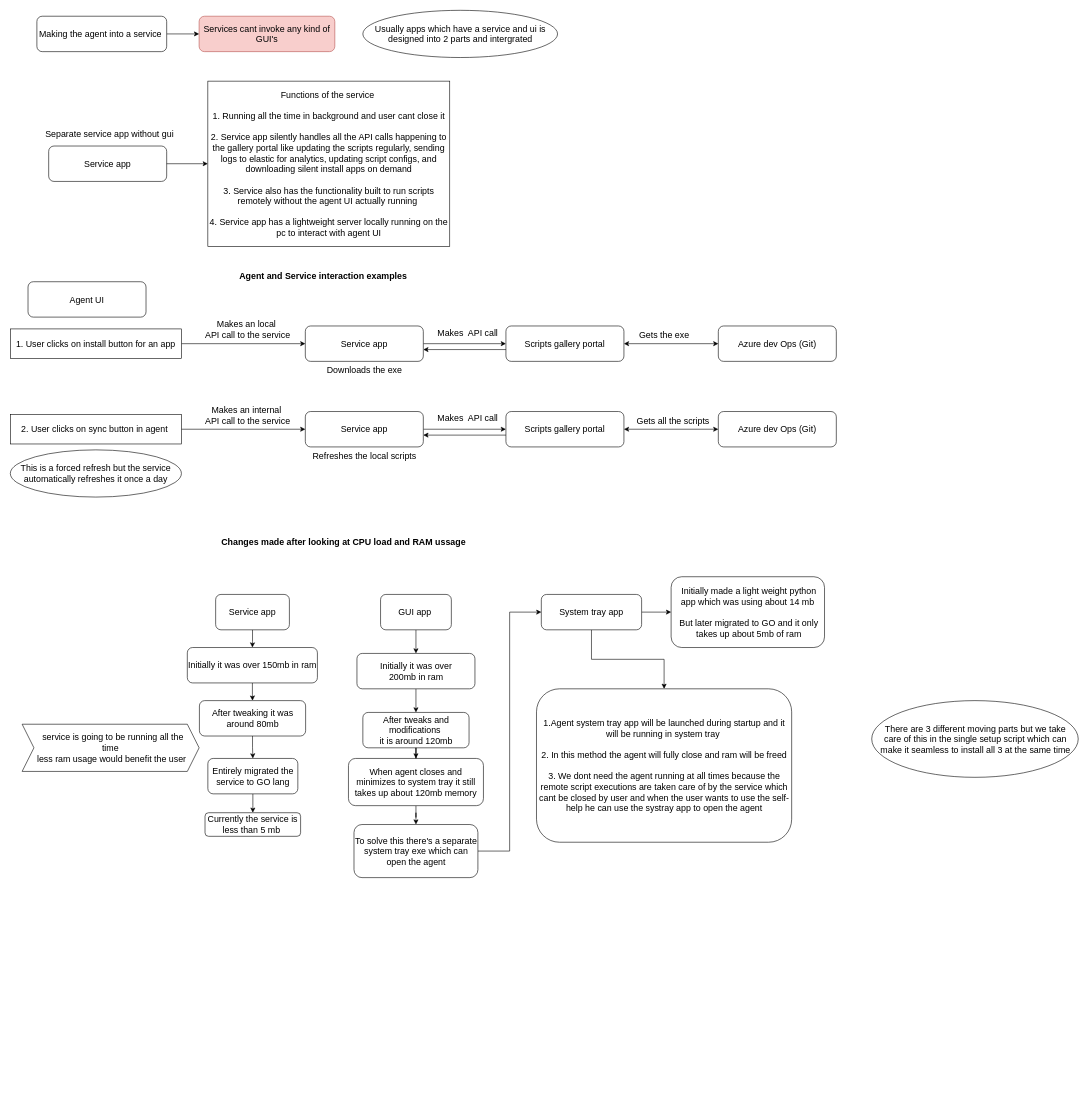
Earlier version of the draw.io diagram Eus agent update.drawio (iyashwant/hello-world). Source tidied: cells renumbered, new cells numbered last; positions are measured from the earlier drawing's top-left corner, leaving out a move shared by most shapes. Both pictures are drawn from the tidied source at 59%, with x=0, y=0 at pixel (10, 10).
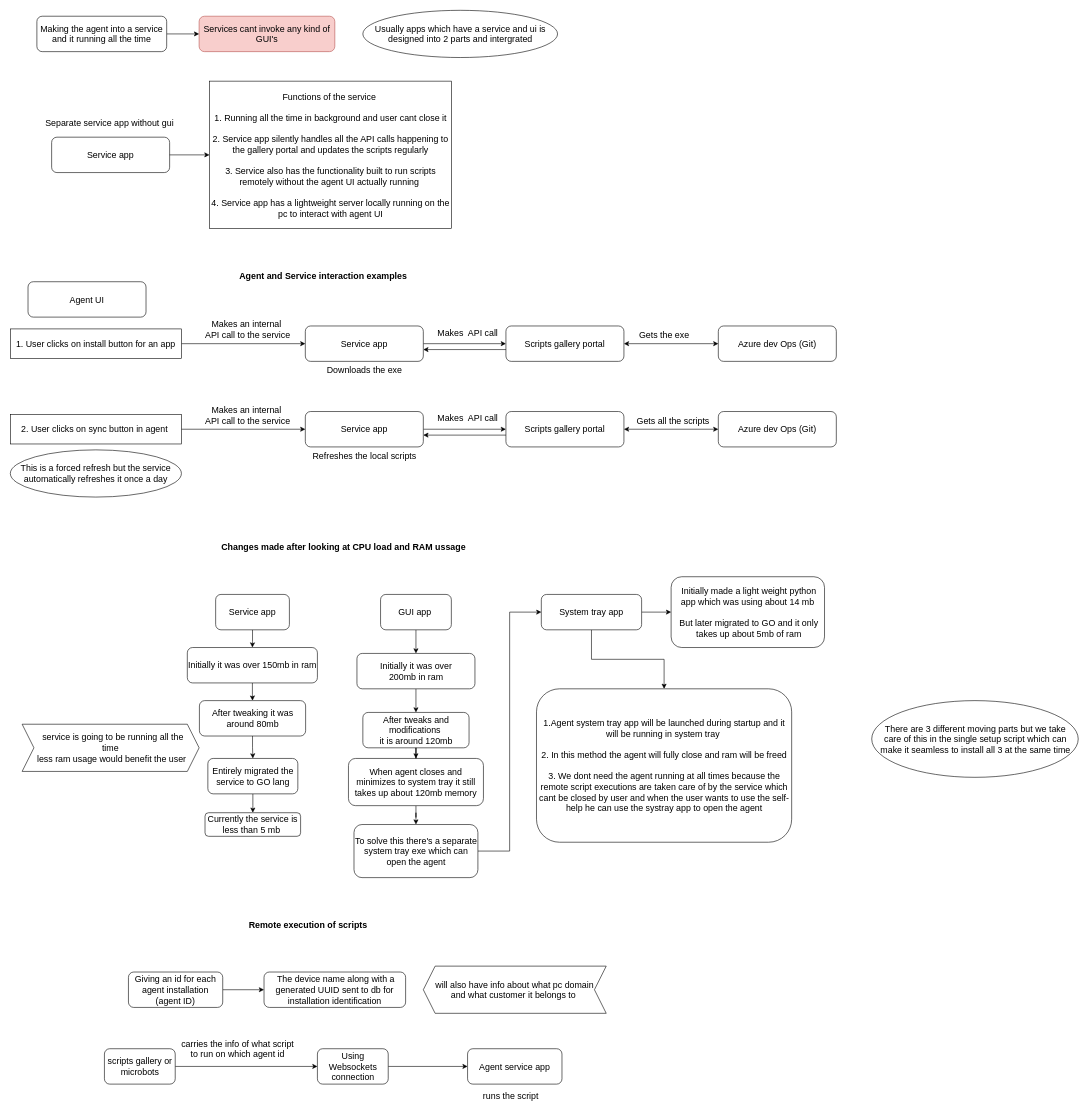
Above is the later version.

The edit, as a diff of the source:
```diff
@@
-    <mxCell id="5" value="&lt;font style=&quot;font-size: 15px&quot;&gt;Making the agent into a service&amp;nbsp;&lt;/font&gt;" style="rounded=1;whiteSpace=wrap;html=1;fontSize=15;" parent="1" vertex="1">
+    <mxCell id="5" value="&lt;font style=&quot;font-size: 15px&quot;&gt;Making the agent into a service and it running all the time&lt;/font&gt;" style="rounded=1;whiteSpace=wrap;html=1;fontSize=15;" parent="1" vertex="1">
       <mxGeometry x="45" y="10" width="220" height="60" as="geometry" />
     </mxCell>
@@
     <mxCell id="7" value="&lt;span style=&quot;font-size: 15px;&quot;&gt;Service app&lt;/span&gt;" style="rounded=1;whiteSpace=wrap;html=1;fontSize=15;" parent="1" vertex="1">
-      <mxGeometry x="65" y="230" width="200" height="60" as="geometry" />
+      <mxGeometry x="70" y="215" width="200" height="60" as="geometry" />
     </mxCell>
@@
-    <mxCell id="9" value="&lt;font style=&quot;font-size: 15px&quot;&gt;Functions of the service&amp;nbsp;&lt;br style=&quot;font-size: 15px&quot;&gt;&lt;br style=&quot;font-size: 15px&quot;&gt;1. Running all the time in background and user cant close it&lt;br style=&quot;font-size: 15px&quot;&gt;&lt;br style=&quot;font-size: 15px&quot;&gt;2. Service app silently handles all the API calls happening to the gallery portal like updating the scripts regularly, sending logs to elastic for analytics, updating script configs, and downloading silent install apps on demand&lt;br style=&quot;font-size: 15px&quot;&gt;&lt;br style=&quot;font-size: 15px&quot;&gt;3.&amp;nbsp;Service also has the functionality built to run scripts remotely without the agent UI actually running&amp;nbsp;&lt;br style=&quot;font-size: 15px&quot;&gt;&lt;br style=&quot;font-size: 15px&quot;&gt;4. Service app has a lightweight server locally running on the pc to interact with agent UI&lt;br style=&quot;font-size: 15px&quot;&gt;&lt;/font&gt;" style="rounded=0;whiteSpace=wrap;html=1;fontSize=15;" parent="1" vertex="1">
-      <mxGeometry x="334.8" y="120" width="410" height="280" as="geometry" />
+    <mxCell id="9" value="&lt;font style=&quot;font-size: 15px;&quot;&gt;Functions of the service&amp;nbsp;&lt;br style=&quot;font-size: 15px;&quot;&gt;&lt;br style=&quot;font-size: 15px;&quot;&gt;1. Running all the time in background and user cant close it&lt;br style=&quot;font-size: 15px;&quot;&gt;&lt;br style=&quot;font-size: 15px;&quot;&gt;2. Service app silently handles all the API calls happening to the gallery portal and updates the scripts regularly&lt;br style=&quot;font-size: 15px;&quot;&gt;&lt;br style=&quot;font-size: 15px;&quot;&gt;3.&amp;nbsp;Service also has the functionality built to run scripts remotely without the agent UI actually running&amp;nbsp;&lt;br style=&quot;font-size: 15px;&quot;&gt;&lt;br style=&quot;font-size: 15px;&quot;&gt;4. Service app has a lightweight server locally running on the pc to interact with agent UI&lt;br style=&quot;font-size: 15px;&quot;&gt;&lt;/font&gt;" style="rounded=0;whiteSpace=wrap;html=1;fontSize=15;" parent="1" vertex="1">
+      <mxGeometry x="337.5" y="120" width="410" height="250" as="geometry" />
     </mxCell>
@@
-    <mxCell id="14" value="&lt;font style=&quot;font-size: 15px&quot;&gt;Makes an local&lt;br style=&quot;font-size: 15px&quot;&gt;&amp;nbsp;API call to the service&lt;br style=&quot;font-size: 15px&quot;&gt;&lt;br style=&quot;font-size: 15px&quot;&gt;&lt;/font&gt;" style="text;html=1;align=center;verticalAlign=middle;strokeColor=none;fontSize=15;" parent="1" vertex="1">
+    <mxCell id="14" value="&lt;font style=&quot;font-size: 15px;&quot;&gt;Makes an internal&lt;br style=&quot;font-size: 15px;&quot;&gt;&amp;nbsp;API call to the service&lt;br style=&quot;font-size: 15px;&quot;&gt;&lt;br style=&quot;font-size: 15px;&quot;&gt;&lt;/font&gt;" style="text;html=1;align=center;verticalAlign=middle;strokeColor=none;fontSize=15;" parent="1" vertex="1">
       <mxGeometry x="320" y="520" width="160" height="60" as="geometry" />
     </mxCell>
@@
     <mxCell id="36" value="&lt;font style=&quot;font-size: 15px;&quot;&gt;&lt;b style=&quot;font-size: 15px;&quot;&gt;Changes made after looking at CPU load and RAM ussage&lt;/b&gt;&lt;/font&gt;" style="text;html=1;strokeColor=none;fillColor=none;align=center;verticalAlign=middle;whiteSpace=wrap;rounded=0;fontSize=15;" parent="1" vertex="1">
-      <mxGeometry x="270" y="890" width="590" height="20" as="geometry" />
+      <mxGeometry x="270" y="900" width="590" height="20" as="geometry" />
     </mxCell>
     <mxCell id="37" value="&lt;font style=&quot;font-size: 15px;&quot;&gt;Separate service app without gui&amp;nbsp;&lt;/font&gt;" style="text;html=1;align=center;verticalAlign=middle;strokeColor=none;fontSize=15;" parent="1" vertex="1">
-      <mxGeometry x="50" y="200" width="240" height="20" as="geometry" />
+      <mxGeometry x="50" y="180" width="240" height="20" as="geometry" />
     </mxCell>
@@
+    <mxCell id="64" value="&lt;font style=&quot;font-size: 15px&quot;&gt;&lt;b style=&quot;font-size: 15px&quot;&gt;Remote execution of scripts&amp;nbsp;&lt;/b&gt;&lt;/font&gt;" style="text;html=1;strokeColor=none;fillColor=none;align=center;verticalAlign=middle;whiteSpace=wrap;rounded=0;fontSize=15;" parent="1" vertex="1">
+      <mxGeometry x="211.9" y="1540" width="590" height="20" as="geometry" />
+    </mxCell>
+    <mxCell id="65" style="edgeStyle=orthogonalEdgeStyle;rounded=0;jettySize=auto;html=1;fontSize=15;" parent="1" edge="1" source="66" target="67">
+      <mxGeometry relative="1" as="geometry" />
+    </mxCell>
+    <mxCell id="66" value="Giving an id for each agent installation (agent ID)" style="rounded=1;whiteSpace=wrap;html=1;fontSize=15;" parent="1" vertex="1">
+      <mxGeometry x="200.2" y="1630" width="159.8" height="60" as="geometry" />
+    </mxCell>
+    <mxCell id="67" value="&amp;nbsp;The device name along with a generated UUID sent to db for installation identification" style="rounded=1;whiteSpace=wrap;html=1;fontSize=15;" parent="1" vertex="1">
+      <mxGeometry x="430" y="1630" width="240" height="60" as="geometry" />
+    </mxCell>
+    <mxCell id="68" style="edgeStyle=orthogonalEdgeStyle;rounded=0;jettySize=auto;html=1;fontSize=15;" parent="1" edge="1" source="69" target="71">
+      <mxGeometry relative="1" as="geometry" />
+    </mxCell>
+    <mxCell id="69" value="scripts gallery or microbots" style="rounded=1;whiteSpace=wrap;html=1;fontSize=15;" parent="1" vertex="1">
+      <mxGeometry x="159.5" y="1760" width="120" height="60" as="geometry" />
+    </mxCell>
+    <mxCell id="70" style="edgeStyle=orthogonalEdgeStyle;rounded=0;jettySize=auto;html=1;fontSize=15;" parent="1" edge="1" source="71" target="72">
+      <mxGeometry relative="1" as="geometry" />
+    </mxCell>
+    <mxCell id="71" value="Using Websockets connection" style="rounded=1;whiteSpace=wrap;html=1;fontSize=15;" parent="1" vertex="1">
+      <mxGeometry x="520.5" y="1760" width="120" height="60" as="geometry" />
+    </mxCell>
+    <mxCell id="72" value="Agent service app" style="rounded=1;whiteSpace=wrap;html=1;fontSize=15;" parent="1" vertex="1">
+      <mxGeometry x="775" y="1760" width="160" height="60" as="geometry" />
+    </mxCell>
+    <mxCell id="73" value="carries the info of what script &lt;br&gt;to run on which agent id" style="text;html=1;align=center;verticalAlign=middle;strokeColor=none;fontSize=15;" parent="1" vertex="1">
+      <mxGeometry x="279.5" y="1740" width="210" height="40" as="geometry" />
+    </mxCell>
+    <mxCell id="74" value="&lt;span&gt;will also have info about what pc domain&lt;/span&gt;&lt;br&gt;&lt;span&gt;and what customer it belongs to&amp;nbsp;&lt;/span&gt;" style="shape=step;perimeter=stepPerimeter;whiteSpace=wrap;html=1;fixedSize=1;fontSize=15;direction=west;" parent="1" vertex="1">
+      <mxGeometry x="700" y="1620" width="310" height="80" as="geometry" />
+    </mxCell>
+    <mxCell id="75" value="runs the script" style="text;html=1;align=center;verticalAlign=middle;strokeColor=none;fontSize=15;" parent="1" vertex="1">
+      <mxGeometry x="792.5" y="1830" width="110" height="20" as="geometry" />
+    </mxCell>
```
